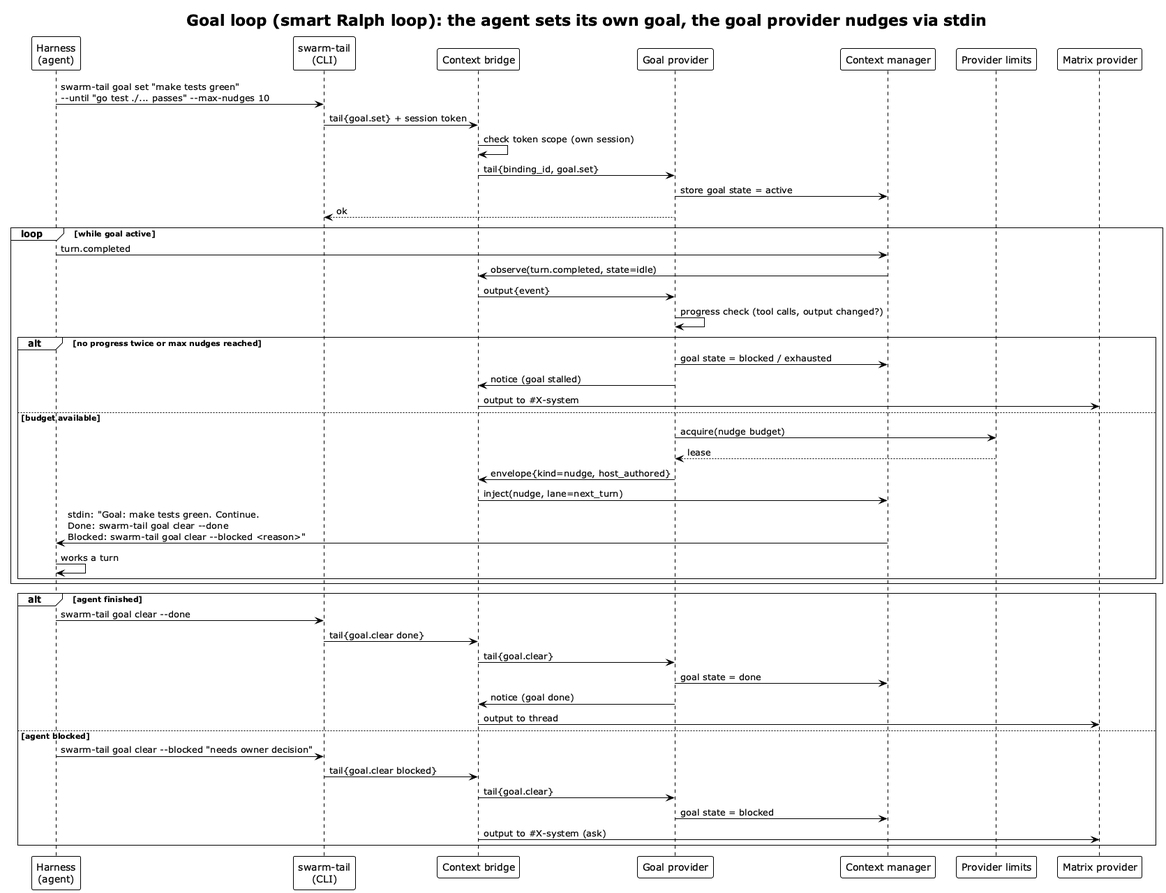
Earlier version of the PlantUML export diagrams/artefacts/plantuml/goal-loop.png (relux-works/swarm-platform-architecture).
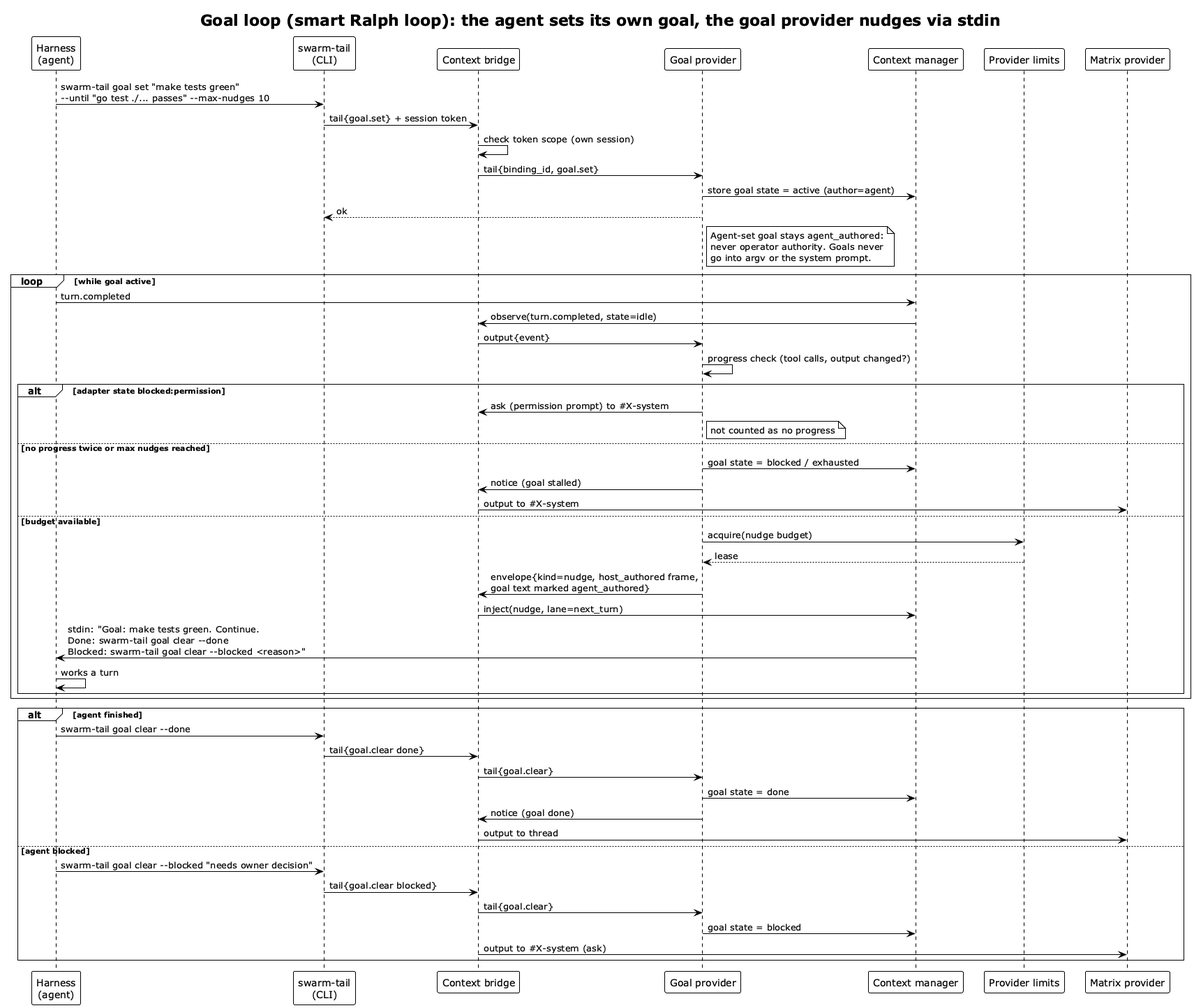
After the change.

Change to the diagram source:
```diff
@@ -14,22 +14,30 @@
 Tail -> BR: tail{goal.set} + session token
 BR -> BR: check token scope (own session)
 BR -> GP: tail{binding_id, goal.set}
-GP -> CM: store goal state = active
+GP -> CM: store goal state = active (author=agent)
 GP --> Tail: ok
+note right of GP
+  Agent-set goal stays agent_authored:
+  never operator authority. Goals never
+  go into argv or the system prompt.
+end note
 
 loop while goal active
   H -> CM: turn.completed
   CM -> BR: observe(turn.completed, state=idle)
   BR -> GP: output{event}
   GP -> GP: progress check (tool calls, output changed?)
-  alt no progress twice or max nudges reached
+  alt adapter state blocked:permission
+    GP -> BR: ask (permission prompt) to #X-system
+    note right of GP: not counted as no progress
+  else no progress twice or max nudges reached
     GP -> CM: goal state = blocked / exhausted
     GP -> BR: notice (goal stalled)
     BR -> MP: output to #X-system
   else budget available
     GP -> Lim: acquire(nudge budget)
     Lim --> GP: lease
-    GP -> BR: envelope{kind=nudge, host_authored}
+    GP -> BR: envelope{kind=nudge, host_authored frame,\ngoal text marked agent_authored}
     BR -> CM: inject(nudge, lane=next_turn)
     CM -> H: stdin: "Goal: make tests green. Continue.\nDone: swarm-tail goal clear ~--done\nBlocked: swarm-tail goal clear ~--blocked <reason>"
     H -> H: works a turn
```
